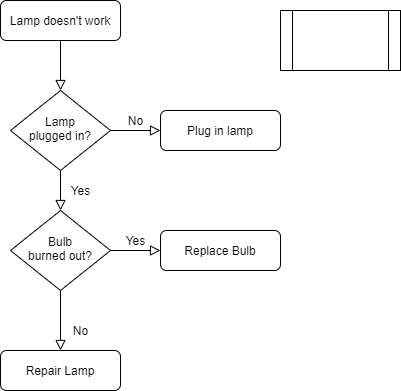
Above: Untitled Diagram.png in DENGXANG/javademo (draw.io), before the change. Source tidied: cells renumbered, new cells last; positions are measured from the earlier drawing's top-left corner, leaving out a move shared by most shapes.
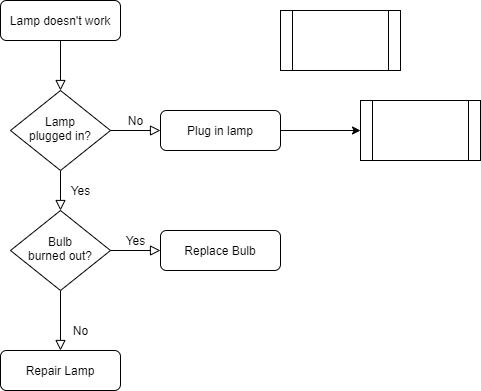
After the commit.

The edit, as a diff of the source:
```diff
@@ -38,5 +38,11 @@
     <mxCell id="13" style="shape=process;whiteSpace=wrap;html=1;backgroundOutline=1;" parent="1" vertex="1">
       <mxGeometry x="280" y="10" width="120" height="60" as="geometry" />
     </mxCell>
+    <mxCell id="14" style="shape=process;whiteSpace=wrap;html=1;backgroundOutline=1;" parent="1" vertex="1">
+      <mxGeometry x="360" y="100" width="120" height="60" as="geometry" />
+    </mxCell>
+    <mxCell id="15" style="edgeStyle=orthogonalEdgeStyle;rounded=0;jettySize=auto;html=1;" parent="1" edge="1" source="7" target="14">
+      <mxGeometry relative="1" as="geometry" />
+    </mxCell>
   </root>
 </mxGraphModel>
```
